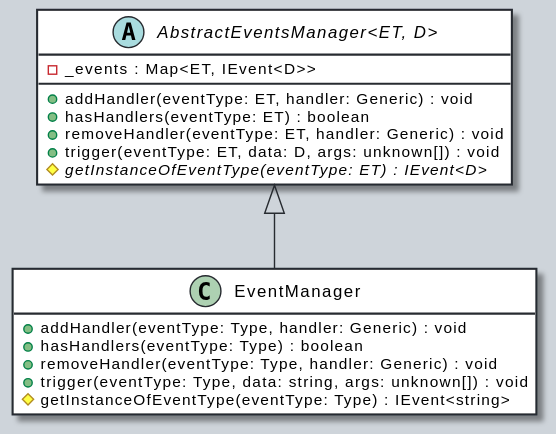
Above: docs/assets/AbstractEventsManager-umlClassDiagram-565.svg in OutSystems/outsystems-ui (PlantUML), before the change. The source it was exported from:
```plantuml
@startuml
skinparam ClassArrowColor #272b30
skinparam ClassBorderColor #272b30
skinparam ClassBackgroundColor #fff
skinparam BackgroundColor #ced4da
hide empty methods
hide empty fields
abstract class "AbstractEventsManager<ET, D>" {
    -_events : Map<ET, IEvent<D>>
    +addHandler(eventType: ET, handler: Generic) : void
    +hasHandlers(eventType: ET) : boolean
    +removeHandler(eventType: ET, handler: Generic) : void
    +trigger(eventType: ET, data: D, args: unknown[]) : void
    {abstract} #getInstanceOfEventType(eventType: ET) : IEvent<D>
}
class "EventManager" {
    +addHandler(eventType: Type, handler: Generic) : void
    +hasHandlers(eventType: Type) : boolean
    +removeHandler(eventType: Type, handler: Generic) : void
    +trigger(eventType: Type, data: string, args: unknown[]) : void
    #getInstanceOfEventType(eventType: Type) : IEvent<string>
}
"AbstractEventsManager<ET, D>" <|-- "EventManager"
@enduml
```
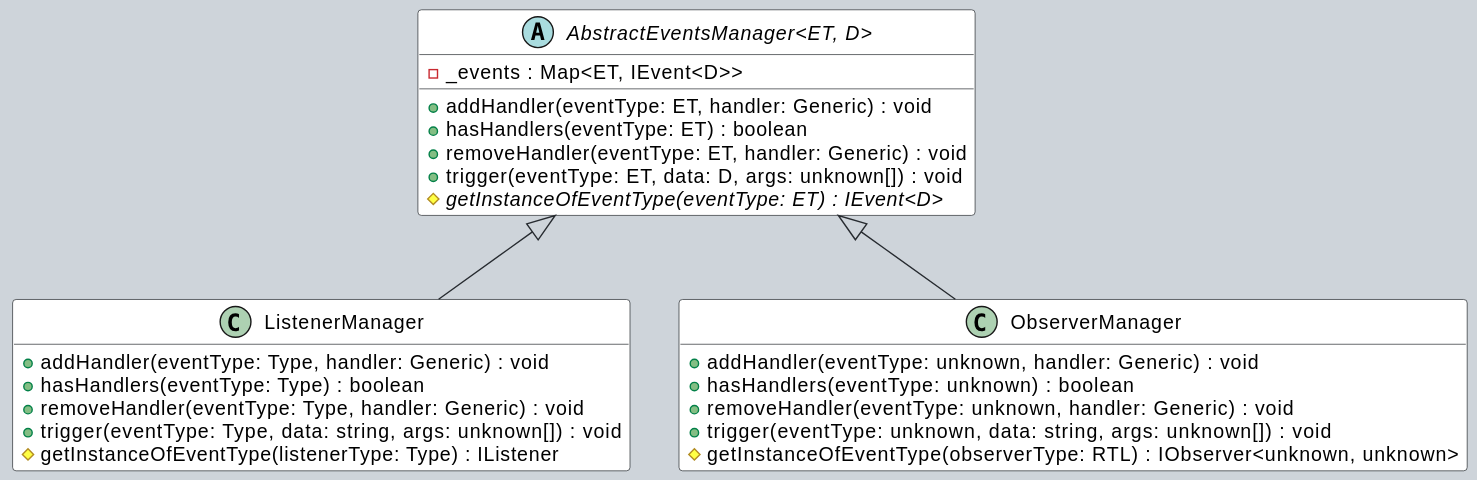
Later version of the same file.

What changed in the source:
```diff
@@ -13,12 +13,20 @@
     +trigger(eventType: ET, data: D, args: unknown[]) : void
     {abstract} #getInstanceOfEventType(eventType: ET) : IEvent<D>
 }
-class "EventManager" {
+class "ListenerManager" {
     +addHandler(eventType: Type, handler: Generic) : void
     +hasHandlers(eventType: Type) : boolean
     +removeHandler(eventType: Type, handler: Generic) : void
     +trigger(eventType: Type, data: string, args: unknown[]) : void
-    #getInstanceOfEventType(eventType: Type) : IEvent<string>
+    #getInstanceOfEventType(listenerType: Type) : IListener
 }
-"AbstractEventsManager<ET, D>" <|-- "EventManager"
+"AbstractEventsManager<ET, D>" <|-- "ListenerManager"
+class "ObserverManager" {
+    +addHandler(eventType: unknown, handler: Generic) : void
+    +hasHandlers(eventType: unknown) : boolean
+    +removeHandler(eventType: unknown, handler: Generic) : void
+    +trigger(eventType: unknown, data: string, args: unknown[]) : void
+    #getInstanceOfEventType(observerType: RTL) : IObserver<unknown, unknown>
+}
+"AbstractEventsManager<ET, D>" <|-- "ObserverManager"
 @enduml
```
